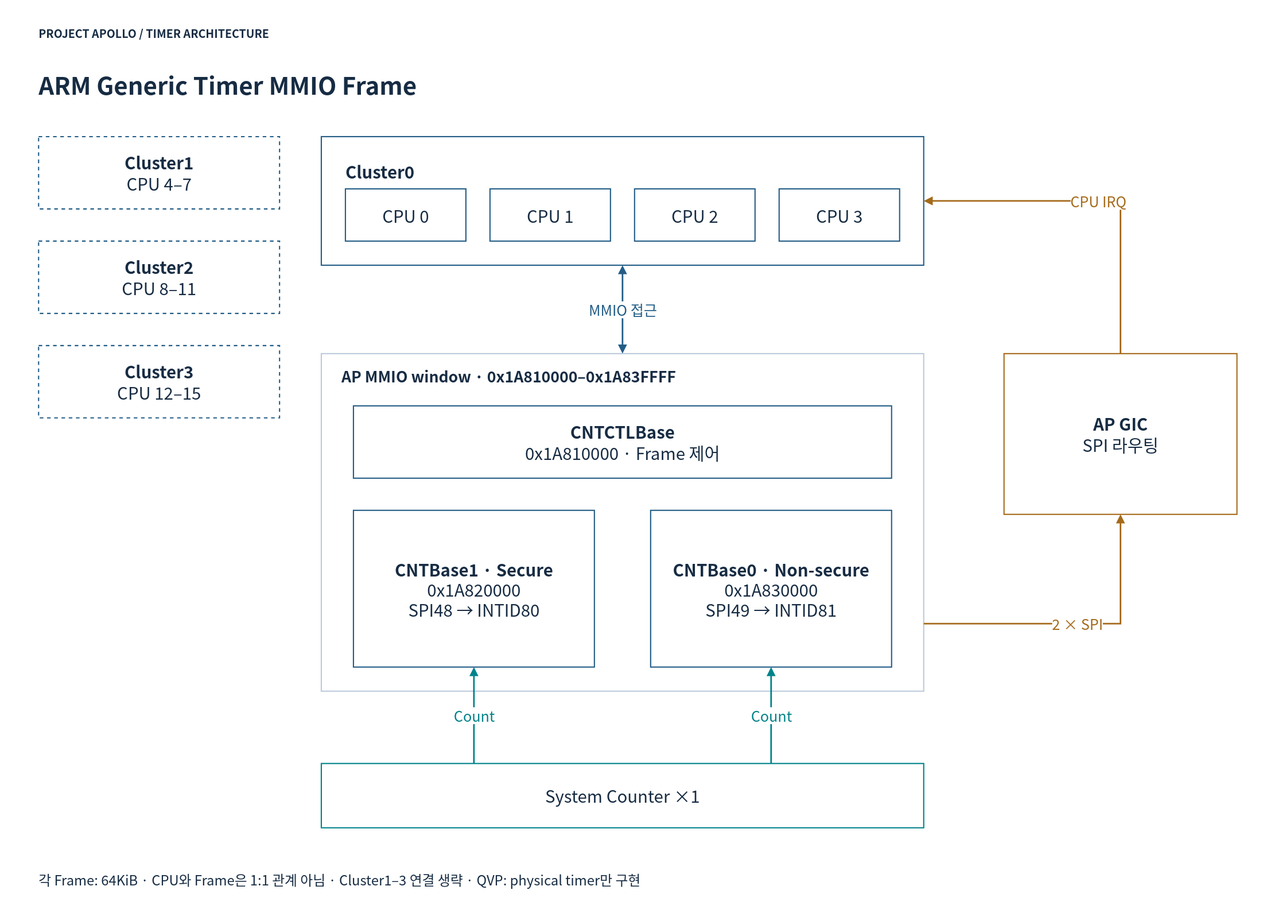
Above: doc/phase1/timer/diagrams/01a-mmio-frames.drawio.svg in cometzero/project-apollo (draw.io), before the change. Source tidied: cells renumbered, new cells last; positions are measured from the earlier drawing's top-left corner, leaving out a move shared by most shapes.
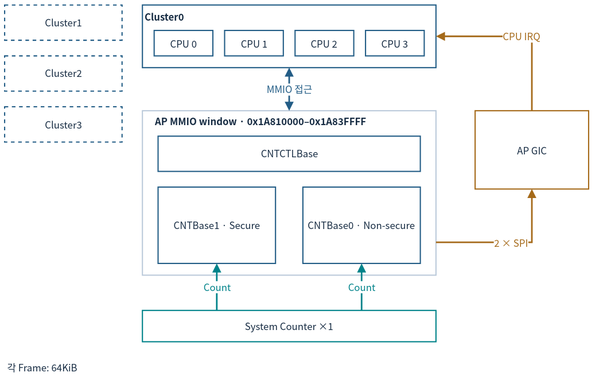
The same diagram one commit later.

The edit, as a diff of the source:
```diff
@@ -2,77 +2,68 @@
   <root>
     <mxCell id="0" />
     <mxCell id="1" parent="0" />
-    <mxCell id="2" style="rounded=0;whiteSpace=wrap;html=1;fillColor=#FFFFFF;fontColor=#172C43;fontFamily=Noto Sans CJK KR;fontSize=21;strokeWidth=1.5;spacing=12;strokeColor=none;" parent="1" vertex="1">
-      <mxGeometry width="1600" height="1140" as="geometry" />
-    </mxCell>
-    <mxCell id="3" value="PROJECT APOLLO / TIMER ARCHITECTURE" style="rounded=0;whiteSpace=wrap;html=1;fillColor=#FFFFFF;fontColor=#172C43;fontFamily=Noto Sans CJK KR;fontSize=21;strokeWidth=1.5;spacing=12;strokeColor=none;align=left;fontSize=14;fontStyle=1;spacing=0;" parent="1" vertex="1">
-      <mxGeometry x="48" y="26" width="1500" height="30" as="geometry" />
-    </mxCell>
-    <mxCell id="4" value="ARM Generic Timer MMIO Frame" style="rounded=0;whiteSpace=wrap;html=1;fillColor=#FFFFFF;fontColor=#172C43;fontFamily=Noto Sans CJK KR;fontSize=21;strokeWidth=1.5;spacing=12;strokeColor=none;align=left;fontSize=30;fontStyle=1;spacing=0;" parent="1" vertex="1">
-      <mxGeometry x="48" y="76" width="1500" height="55" as="geometry" />
-    </mxCell>
-    <mxCell id="5" value="Cluster0" style="rounded=0;whiteSpace=wrap;html=1;fillColor=#FFFFFF;fontColor=#172C43;fontFamily=Noto Sans CJK KR;fontSize=21;strokeWidth=1.5;spacing=12;strokeColor=#235D86;align=left;verticalAlign=top;spacingTop=14;spacingLeft=18;fontStyle=1;" parent="1" vertex="1">
-      <mxGeometry x="400" y="170" width="750" height="160" as="geometry" />
+    <mxCell id="5" value="Cluster0" style="rounded=0;whiteSpace=wrap;html=1;fillColor=#FFFFFF;fontColor=#172C43;fontFamily=Noto Sans CJK KR;strokeWidth=1.5;strokeColor=#235D86;align=left;verticalAlign=top;fontStyle=1;fontSize=12;spacing=3;whiteSpace=wrap;" parent="1" vertex="1">
+      <mxGeometry x="192.4" y="63.2" width="365.6" height="78" as="geometry" />
     </mxCell>
-    <mxCell id="6" value="CPU 0" style="rounded=0;whiteSpace=wrap;html=1;fillColor=#FFFFFF;fontColor=#172C43;fontFamily=Noto Sans CJK KR;fontSize=21;strokeWidth=1.5;spacing=12;strokeColor=#235D86;" parent="5" vertex="1">
-      <mxGeometry x="30" y="65" width="150" height="65" as="geometry" />
+    <mxCell id="6" value="CPU 0" style="rounded=0;whiteSpace=wrap;html=1;fillColor=#FFFFFF;fontColor=#172C43;fontFamily=Noto Sans CJK KR;strokeWidth=1.5;strokeColor=#235D86;fontSize=12;spacing=3;whiteSpace=wrap;" parent="5" vertex="1">
+      <mxGeometry x="14.6" y="31.7" width="73.1" height="31.7" as="geometry" />
     </mxCell>
-    <mxCell id="7" value="CPU 1" style="rounded=0;whiteSpace=wrap;html=1;fillColor=#FFFFFF;fontColor=#172C43;fontFamily=Noto Sans CJK KR;fontSize=21;strokeWidth=1.5;spacing=12;strokeColor=#235D86;" parent="5" vertex="1">
-      <mxGeometry x="210" y="65" width="150" height="65" as="geometry" />
+    <mxCell id="7" value="CPU 1" style="rounded=0;whiteSpace=wrap;html=1;fillColor=#FFFFFF;fontColor=#172C43;fontFamily=Noto Sans CJK KR;strokeWidth=1.5;strokeColor=#235D86;fontSize=12;spacing=3;whiteSpace=wrap;" parent="5" vertex="1">
+      <mxGeometry x="102.4" y="31.7" width="73.1" height="31.7" as="geometry" />
     </mxCell>
-    <mxCell id="8" value="CPU 2" style="rounded=0;whiteSpace=wrap;html=1;fillColor=#FFFFFF;fontColor=#172C43;fontFamily=Noto Sans CJK KR;fontSize=21;strokeWidth=1.5;spacing=12;strokeColor=#235D86;" parent="5" vertex="1">
-      <mxGeometry x="390" y="65" width="150" height="65" as="geometry" />
+    <mxCell id="8" value="CPU 2" style="rounded=0;whiteSpace=wrap;html=1;fillColor=#FFFFFF;fontColor=#172C43;fontFamily=Noto Sans CJK KR;strokeWidth=1.5;strokeColor=#235D86;fontSize=12;spacing=3;whiteSpace=wrap;" parent="5" vertex="1">
+      <mxGeometry x="190.1" y="31.7" width="73.1" height="31.7" as="geometry" />
     </mxCell>
-    <mxCell id="9" value="CPU 3" style="rounded=0;whiteSpace=wrap;html=1;fillColor=#FFFFFF;fontColor=#172C43;fontFamily=Noto Sans CJK KR;fontSize=21;strokeWidth=1.5;spacing=12;strokeColor=#235D86;" parent="5" vertex="1">
-      <mxGeometry x="570" y="65" width="150" height="65" as="geometry" />
+    <mxCell id="9" value="CPU 3" style="rounded=0;whiteSpace=wrap;html=1;fillColor=#FFFFFF;fontColor=#172C43;fontFamily=Noto Sans CJK KR;strokeWidth=1.5;strokeColor=#235D86;fontSize=12;spacing=3;whiteSpace=wrap;" parent="5" vertex="1">
+      <mxGeometry x="277.9" y="31.7" width="73.1" height="31.7" as="geometry" />
     </mxCell>
-    <mxCell id="10" value="&lt;b&gt;Cluster1&lt;/b&gt;&lt;br&gt;CPU 4–7" style="rounded=0;whiteSpace=wrap;html=1;fillColor=#FFFFFF;fontColor=#172C43;fontFamily=Noto Sans CJK KR;fontSize=21;strokeWidth=1.5;spacing=12;strokeColor=#235D86;dashed=1;" parent="1" vertex="1">
-      <mxGeometry x="48" y="170" width="300" height="90" as="geometry" />
+    <mxCell id="10" value="Cluster1" style="rounded=0;whiteSpace=wrap;html=1;fillColor=#FFFFFF;fontColor=#172C43;fontFamily=Noto Sans CJK KR;strokeWidth=1.5;strokeColor=#235D86;dashed=1;fontSize=12;spacing=3;whiteSpace=wrap;" parent="1" vertex="1">
+      <mxGeometry x="20.8" y="63.2" width="146.2" height="43.9" as="geometry" />
     </mxCell>
-    <mxCell id="11" value="&lt;b&gt;Cluster2&lt;/b&gt;&lt;br&gt;CPU 8–11" style="rounded=0;whiteSpace=wrap;html=1;fillColor=#FFFFFF;fontColor=#172C43;fontFamily=Noto Sans CJK KR;fontSize=21;strokeWidth=1.5;spacing=12;strokeColor=#235D86;dashed=1;" parent="1" vertex="1">
-      <mxGeometry x="48" y="300" width="300" height="90" as="geometry" />
+    <mxCell id="11" value="Cluster2" style="rounded=0;whiteSpace=wrap;html=1;fillColor=#FFFFFF;fontColor=#172C43;fontFamily=Noto Sans CJK KR;strokeWidth=1.5;strokeColor=#235D86;dashed=1;fontSize=12;spacing=3;whiteSpace=wrap;" parent="1" vertex="1">
+      <mxGeometry x="20.8" y="126.6" width="146.2" height="43.9" as="geometry" />
     </mxCell>
-    <mxCell id="12" value="&lt;b&gt;Cluster3&lt;/b&gt;&lt;br&gt;CPU 12–15" style="rounded=0;whiteSpace=wrap;html=1;fillColor=#FFFFFF;fontColor=#172C43;fontFamily=Noto Sans CJK KR;fontSize=21;strokeWidth=1.5;spacing=12;strokeColor=#235D86;dashed=1;" parent="1" vertex="1">
-      <mxGeometry x="48" y="430" width="300" height="90" as="geometry" />
+    <mxCell id="12" value="Cluster3" style="rounded=0;whiteSpace=wrap;html=1;fillColor=#FFFFFF;fontColor=#172C43;fontFamily=Noto Sans CJK KR;strokeWidth=1.5;strokeColor=#235D86;dashed=1;fontSize=12;spacing=3;whiteSpace=wrap;" parent="1" vertex="1">
+      <mxGeometry x="20.8" y="189.9" width="146.2" height="43.9" as="geometry" />
     </mxCell>
-    <mxCell id="13" style="rounded=0;whiteSpace=wrap;html=1;fillColor=#FFFFFF;fontColor=#172C43;fontFamily=Noto Sans CJK KR;fontSize=21;strokeWidth=1.5;spacing=12;strokeColor=#BBCADA;" parent="1" vertex="1">
-      <mxGeometry x="400" y="440" width="750" height="420" as="geometry" />
+    <mxCell id="13" style="rounded=0;whiteSpace=wrap;html=1;fillColor=#FFFFFF;fontColor=#172C43;fontFamily=Noto Sans CJK KR;strokeWidth=1.5;strokeColor=#BBCADA;fontSize=12;spacing=3;whiteSpace=wrap;" parent="1" vertex="1">
+      <mxGeometry x="192.4" y="194.8" width="365.6" height="204.7" as="geometry" />
     </mxCell>
-    <mxCell id="14" value="AP MMIO window · 0x1A810000–0x1A83FFFF" style="rounded=0;whiteSpace=wrap;html=1;fillColor=#FFFFFF;fontColor=#172C43;fontFamily=Noto Sans CJK KR;fontSize=21;strokeWidth=1.5;spacing=12;strokeColor=none;align=left;fontSize=19;fontStyle=1;spacing=0;" parent="1" vertex="1">
-      <mxGeometry x="425" y="450" width="700" height="35" as="geometry" />
+    <mxCell id="14" value="AP MMIO window · 0x1A810000–0x1A83FFFF" style="rounded=0;whiteSpace=wrap;html=1;fillColor=#FFFFFF;fontColor=#172C43;fontFamily=Noto Sans CJK KR;strokeWidth=1.5;strokeColor=none;align=left;fontStyle=1;fontSize=12;spacing=3;whiteSpace=wrap;" parent="1" vertex="1">
+      <mxGeometry x="204.6" y="199.7" width="341.2" height="17.1" as="geometry" />
     </mxCell>
-    <mxCell id="15" value="&lt;b&gt;CNTCTLBase&lt;/b&gt;&lt;br&gt;0x1A810000 · Frame 제어" style="rounded=0;whiteSpace=wrap;html=1;fillColor=#FFFFFF;fontColor=#172C43;fontFamily=Noto Sans CJK KR;fontSize=21;strokeWidth=1.5;spacing=12;strokeColor=#235D86;" parent="1" vertex="1">
-      <mxGeometry x="440" y="505" width="670" height="90" as="geometry" />
+    <mxCell id="15" value="CNTCTLBase" style="rounded=0;whiteSpace=wrap;html=1;fillColor=#FFFFFF;fontColor=#172C43;fontFamily=Noto Sans CJK KR;strokeWidth=1.5;strokeColor=#235D86;fontSize=12;spacing=3;whiteSpace=wrap;" parent="1" vertex="1">
+      <mxGeometry x="211.9" y="226.5" width="326.6" height="43.9" as="geometry" />
     </mxCell>
-    <mxCell id="16" value="&lt;b&gt;CNTBase1 · Secure&lt;/b&gt;&lt;br&gt;0x1A820000&lt;br&gt;SPI48 → INTID80" style="rounded=0;whiteSpace=wrap;html=1;fillColor=#FFFFFF;fontColor=#172C43;fontFamily=Noto Sans CJK KR;fontSize=21;strokeWidth=1.5;spacing=12;strokeColor=#235D86;" parent="1" vertex="1">
-      <mxGeometry x="440" y="635" width="300" height="195" as="geometry" />
+    <mxCell id="16" value="CNTBase1 · Secure" style="rounded=0;whiteSpace=wrap;html=1;fillColor=#FFFFFF;fontColor=#172C43;fontFamily=Noto Sans CJK KR;strokeWidth=1.5;strokeColor=#235D86;fontSize=12;spacing=3;whiteSpace=wrap;" parent="1" vertex="1">
+      <mxGeometry x="211.9" y="289.9" width="146.2" height="95.1" as="geometry" />
     </mxCell>
-    <mxCell id="17" value="&lt;b&gt;CNTBase0 · Non-secure&lt;/b&gt;&lt;br&gt;0x1A830000&lt;br&gt;SPI49 → INTID81" style="rounded=0;whiteSpace=wrap;html=1;fillColor=#FFFFFF;fontColor=#172C43;fontFamily=Noto Sans CJK KR;fontSize=21;strokeWidth=1.5;spacing=12;strokeColor=#235D86;" parent="1" vertex="1">
-      <mxGeometry x="810" y="635" width="300" height="195" as="geometry" />
+    <mxCell id="17" value="CNTBase0 · Non-secure" style="rounded=0;whiteSpace=wrap;html=1;fillColor=#FFFFFF;fontColor=#172C43;fontFamily=Noto Sans CJK KR;strokeWidth=1.5;strokeColor=#235D86;fontSize=12;spacing=3;whiteSpace=wrap;" parent="1" vertex="1">
+      <mxGeometry x="392.2" y="289.9" width="146.2" height="95.1" as="geometry" />
     </mxCell>
-    <mxCell id="18" value="&lt;b&gt;AP GIC&lt;/b&gt;&lt;br&gt;SPI 라우팅" style="rounded=0;whiteSpace=wrap;html=1;fillColor=#FFFFFF;fontColor=#172C43;fontFamily=Noto Sans CJK KR;fontSize=21;strokeWidth=1.5;spacing=12;strokeColor=#A56A1A;" parent="1" vertex="1">
-      <mxGeometry x="1250" y="440" width="290" height="200" as="geometry" />
+    <mxCell id="18" value="AP GIC" style="rounded=0;whiteSpace=wrap;html=1;fillColor=#FFFFFF;fontColor=#172C43;fontFamily=Noto Sans CJK KR;strokeWidth=1.5;strokeColor=#A56A1A;fontSize=12;spacing=3;whiteSpace=wrap;" parent="1" vertex="1">
+      <mxGeometry x="606.7" y="194.8" width="141.4" height="97.5" as="geometry" />
     </mxCell>
-    <mxCell id="19" value="System Counter ×1" style="rounded=0;whiteSpace=wrap;html=1;fillColor=#FFFFFF;fontColor=#172C43;fontFamily=Noto Sans CJK KR;fontSize=21;strokeWidth=1.5;spacing=12;strokeColor=#00838A;" parent="1" vertex="1">
-      <mxGeometry x="400" y="950" width="750" height="80" as="geometry" />
+    <mxCell id="19" value="System Counter ×1" style="rounded=0;whiteSpace=wrap;html=1;fillColor=#FFFFFF;fontColor=#172C43;fontFamily=Noto Sans CJK KR;strokeWidth=1.5;strokeColor=#00838A;fontSize=12;spacing=3;whiteSpace=wrap;" parent="1" vertex="1">
+      <mxGeometry x="192.4" y="443.4" width="365.6" height="39" as="geometry" />
     </mxCell>
-    <mxCell id="20" value="MMIO 접근" style="edgeStyle=orthogonalEdgeStyle;rounded=0;html=1;endArrow=block;endFill=1;strokeWidth=2;fontFamily=Noto Sans CJK KR;fontSize=18;labelBackgroundColor=#FFFFFF;fontColor=#235D86;strokeColor=#235D86;startArrow=block;startFill=1;exitX=0.5;exitY=1;entryX=0.5;entryY=0;" parent="1" edge="1" source="5" target="13">
+    <mxCell id="20" value="MMIO 접근" style="edgeStyle=orthogonalEdgeStyle;rounded=0;html=1;endArrow=block;endFill=1;strokeWidth=2;fontFamily=Noto Sans CJK KR;labelBackgroundColor=#FFFFFF;fontColor=#235D86;strokeColor=#235D86;startArrow=block;startFill=1;exitX=0.5;exitY=1;entryX=0.5;entryY=0;fontSize=12;spacing=3;whiteSpace=nowrap;" parent="1" edge="1" source="5" target="13">
       <mxGeometry relative="1" as="geometry" />
     </mxCell>
-    <mxCell id="21" value="2 × SPI" style="edgeStyle=orthogonalEdgeStyle;rounded=0;html=1;endArrow=block;endFill=1;strokeWidth=2;fontFamily=Noto Sans CJK KR;fontSize=18;labelBackgroundColor=#FFFFFF;fontColor=#A56A1A;strokeColor=#A56A1A;exitX=1;exitY=0.8;entryX=0.5;entryY=1;" parent="1" edge="1" source="13" target="18">
+    <mxCell id="21" value="2 × SPI" style="edgeStyle=orthogonalEdgeStyle;rounded=0;html=1;endArrow=block;endFill=1;strokeWidth=2;fontFamily=Noto Sans CJK KR;labelBackgroundColor=#FFFFFF;fontColor=#A56A1A;strokeColor=#A56A1A;exitX=1;exitY=0.8;entryX=0.5;entryY=1;fontSize=12;spacing=3;whiteSpace=nowrap;" parent="1" edge="1" source="13" target="18">
       <mxGeometry relative="1" as="geometry" />
     </mxCell>
-    <mxCell id="22" value="CPU IRQ" style="edgeStyle=orthogonalEdgeStyle;rounded=0;html=1;endArrow=block;endFill=1;strokeWidth=2;fontFamily=Noto Sans CJK KR;fontSize=18;labelBackgroundColor=#FFFFFF;fontColor=#A56A1A;strokeColor=#A56A1A;exitX=0.5;exitY=0;entryX=1;entryY=0.5;" parent="1" edge="1" source="18" target="5">
+    <mxCell id="22" value="CPU IRQ" style="edgeStyle=orthogonalEdgeStyle;rounded=0;html=1;endArrow=block;endFill=1;strokeWidth=2;fontFamily=Noto Sans CJK KR;labelBackgroundColor=#FFFFFF;fontColor=#A56A1A;strokeColor=#A56A1A;exitX=0.5;exitY=0;entryX=1;entryY=0.5;fontSize=12;spacing=3;whiteSpace=nowrap;" parent="1" edge="1" source="18" target="5">
       <mxGeometry relative="1" as="geometry" />
     </mxCell>
-    <mxCell id="23" value="Count" style="edgeStyle=orthogonalEdgeStyle;rounded=0;html=1;endArrow=block;endFill=1;strokeWidth=2;fontFamily=Noto Sans CJK KR;fontSize=18;labelBackgroundColor=#FFFFFF;fontColor=#00838A;strokeColor=#00838A;exitX=0.25333333333333335;exitY=0;entryX=0.5;entryY=1;" parent="1" edge="1" source="19" target="16">
+    <mxCell id="23" value="Count" style="edgeStyle=orthogonalEdgeStyle;rounded=0;html=1;endArrow=block;endFill=1;strokeWidth=2;fontFamily=Noto Sans CJK KR;labelBackgroundColor=#FFFFFF;fontColor=#00838A;strokeColor=#00838A;exitX=0.25333333333333335;exitY=0;entryX=0.5;entryY=1;fontSize=12;spacing=3;whiteSpace=nowrap;" parent="1" edge="1" source="19" target="16">
       <mxGeometry relative="1" as="geometry" />
     </mxCell>
-    <mxCell id="24" value="Count" style="edgeStyle=orthogonalEdgeStyle;rounded=0;html=1;endArrow=block;endFill=1;strokeWidth=2;fontFamily=Noto Sans CJK KR;fontSize=18;labelBackgroundColor=#FFFFFF;fontColor=#00838A;strokeColor=#00838A;exitX=0.7466666666666667;exitY=0;entryX=0.5;entryY=1;" parent="1" edge="1" source="19" target="17">
+    <mxCell id="24" value="Count" style="edgeStyle=orthogonalEdgeStyle;rounded=0;html=1;endArrow=block;endFill=1;strokeWidth=2;fontFamily=Noto Sans CJK KR;labelBackgroundColor=#FFFFFF;fontColor=#00838A;strokeColor=#00838A;exitX=0.7466666666666667;exitY=0;entryX=0.5;entryY=1;fontSize=12;spacing=3;whiteSpace=nowrap;" parent="1" edge="1" source="19" target="17">
       <mxGeometry relative="1" as="geometry" />
     </mxCell>
-    <mxCell id="25" value="각 Frame: 64KiB · CPU와 Frame은 1:1 관계 아님 · Cluster1–3 연결 생략 · QVP: physical timer만 구현" style="rounded=0;whiteSpace=wrap;html=1;fillColor=#FFFFFF;fontColor=#172C43;fontFamily=Noto Sans CJK KR;fontSize=21;strokeWidth=1.5;spacing=12;strokeColor=none;align=left;fontSize=17;spacing=0;" parent="1" vertex="1">
-      <mxGeometry x="48" y="1080" width="1500" height="30" as="geometry" />
+    <mxCell id="25" value="각 Frame: 64KiB" style="rounded=0;whiteSpace=wrap;html=1;fillColor=#FFFFFF;fontColor=#172C43;fontFamily=Noto Sans CJK KR;strokeWidth=1.5;strokeColor=none;align=left;fontSize=12;spacing=3;whiteSpace=wrap;" parent="1" vertex="1">
+      <mxGeometry x="20.8" y="506.8" width="731.2" height="14.6" as="geometry" />
     </mxCell>
   </root>
 </mxGraphModel>
```
